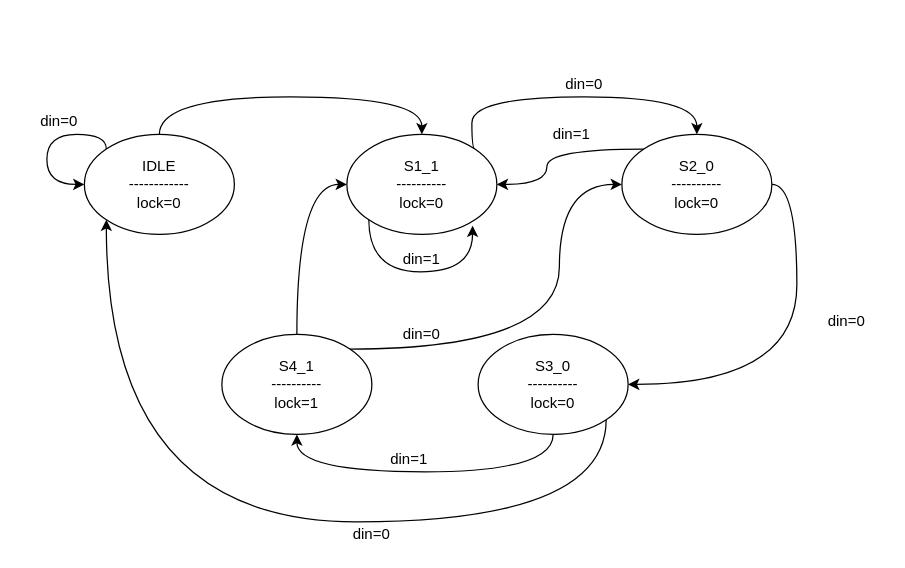
The draw.io diagram Bit Stream/Bit_Stream.drawio in 106210049/Front-End-RTL-design-with-Verilog, before the edit. Source tidied: cells renumbered, new cells numbered last; positions are measured from the earlier drawing's top-left corner, leaving out a move shared by most shapes. Both pictures are drawn from the tidied source at 125%, with x=0, y=0 at pixel (21, 71).
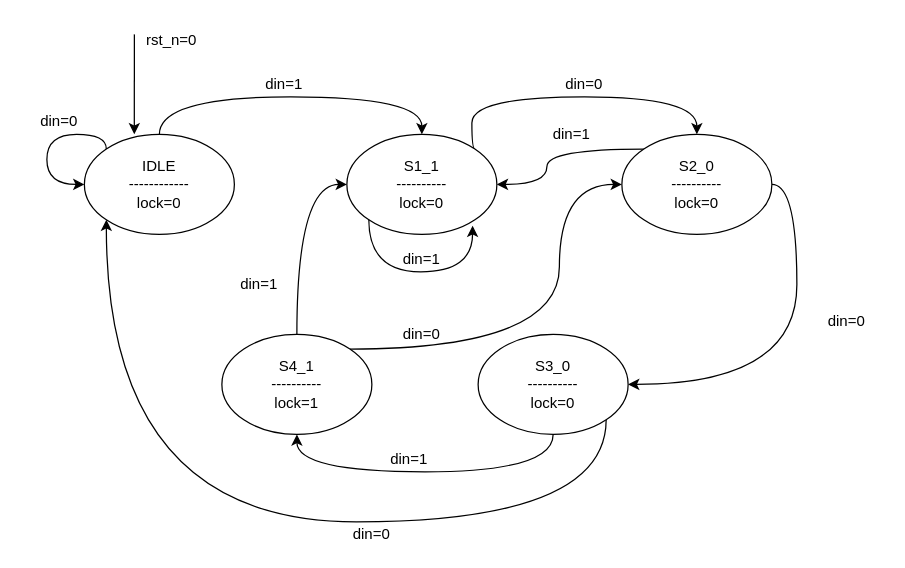
The same diagram, later.

The change refers to these unchanged cells:
```xml
<mxCell id="3" value="IDLE&lt;br&gt;------------&lt;div&gt;lock=0&lt;/div&gt;" style="ellipse;whiteSpace=wrap;html=1;" parent="1" vertex="1">
  <mxGeometry x="50" y="50" width="120" height="80" as="geometry" />
</mxCell>
```

Diff of the diagram source:
```diff
@@
+    <mxCell id="25" style="endArrow=classic;html=1;rounded=0;entryX=0.333;entryY=0;entryDx=0;entryDy=0;entryPerimeter=0;" parent="1" edge="1" target="3">
+      <mxGeometry relative="1" as="geometry">
+        <mxPoint x="90" y="-30" as="sourcePoint" />
+      </mxGeometry>
+    </mxCell>
+    <mxCell id="26" value="rst_n=0" style="text;strokeColor=none;align=center;fillColor=none;html=1;verticalAlign=middle;whiteSpace=wrap;rounded=0;" parent="1" vertex="1">
+      <mxGeometry x="90" y="-40" width="60" height="30" as="geometry" />
+    </mxCell>
+    <mxCell id="27" value="din=1" style="text;strokeColor=none;align=center;fillColor=none;html=1;verticalAlign=middle;whiteSpace=wrap;rounded=0;" parent="1" vertex="1">
+      <mxGeometry x="160" y="160" width="60" height="20" as="geometry" />
+    </mxCell>
+    <mxCell id="28" value="din=1" style="text;strokeColor=none;align=center;fillColor=none;html=1;verticalAlign=middle;whiteSpace=wrap;rounded=0;" parent="1" vertex="1">
+      <mxGeometry x="180" width="60" height="20" as="geometry" />
+    </mxCell>
```
